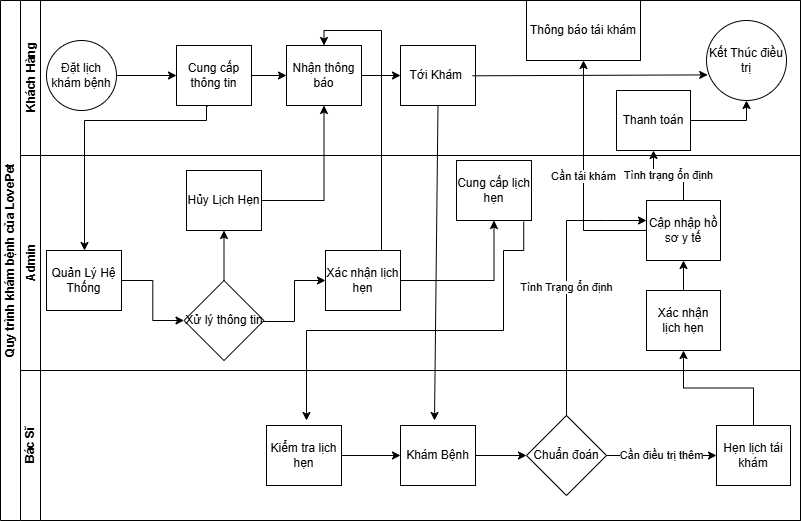
Above: QuyTrinhKhamBenh.drawio.png in Junglou/-n (draw.io), before the change. Source tidied: cells renumbered, new cells last; positions are measured from the earlier drawing's top-left corner, leaving out a move shared by most shapes.
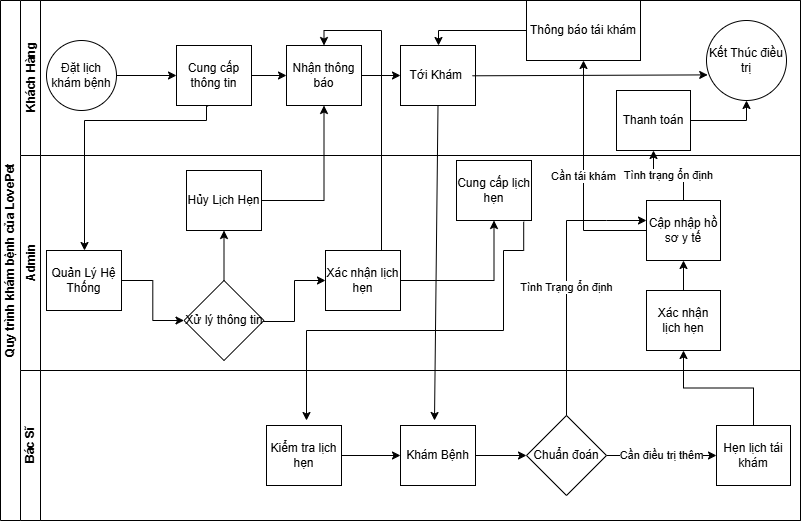
After the commit.

Change to the diagram source:
```diff
@@ -34,6 +34,13 @@
     <mxCell id="11" value="Nhận thông báo" style="whiteSpace=wrap;html=1;" parent="3" vertex="1">
       <mxGeometry x="266" y="45" width="75" height="60" as="geometry" />
     </mxCell>
+    <mxCell id="46" style="edgeStyle=orthogonalEdgeStyle;rounded=0;jettySize=auto;html=1;" parent="3" edge="1" source="12" target="8">
+      <mxGeometry relative="1" as="geometry">
+        <Array as="points">
+          <mxPoint x="418" y="30" />
+        </Array>
+      </mxGeometry>
+    </mxCell>
     <mxCell id="12" value="Thông báo tái khám" style="whiteSpace=wrap;html=1;" parent="3" vertex="1">
       <mxGeometry x="506" width="114" height="60" as="geometry" />
     </mxCell>
```
